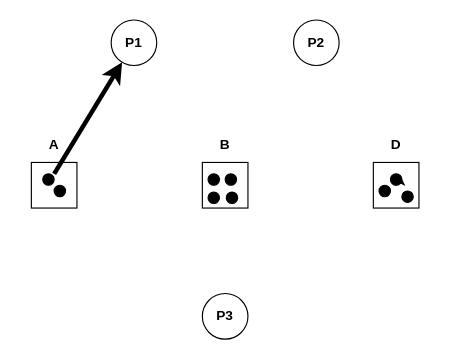
Above: RAG-2-2.drawio in huyle84/diagrams (draw.io), before the change. Source tidied: cells renumbered, new cells numbered last; positions are measured from the earlier drawing's top-left corner, leaving out a move shared by most shapes. Both pictures are drawn from the tidied source at 114%, with x=0, y=0 at pixel (19, 19).
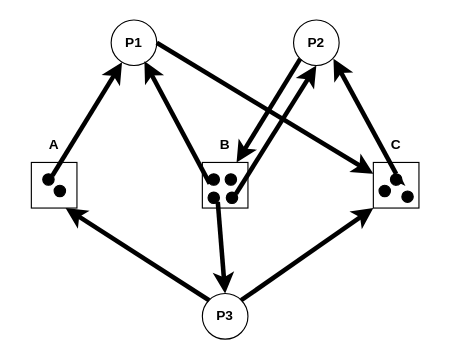
After the change.

The change refers to these unchanged cells:
```xml
<mxCell id="4" style="whiteSpace=wrap;html=1;" parent="1" vertex="1">
  <mxGeometry x="310" y="125" width="40" height="40" as="geometry" />
</mxCell>
<mxCell id="5" value="&lt;b&gt;P1&lt;/b&gt;" style="ellipse;whiteSpace=wrap;html=1;" parent="1" vertex="1">
  <mxGeometry x="80" width="40" height="40" as="geometry" />
</mxCell>
<mxCell id="6" value="&lt;b style=&quot;border-color: var(--border-color);&quot;&gt;P2&lt;/b&gt;" style="ellipse;whiteSpace=wrap;html=1;" parent="1" vertex="1">
  <mxGeometry x="240" width="40" height="40" as="geometry" />
</mxCell>
<mxCell id="7" value="&lt;b style=&quot;border-color: var(--border-color);&quot;&gt;P3&lt;/b&gt;" style="ellipse;whiteSpace=wrap;html=1;" parent="1" vertex="1">
  <mxGeometry x="160" y="240" width="40" height="40" as="geometry" />
</mxCell>
<mxCell id="8" style="ellipse;whiteSpace=wrap;html=1;fillColor=#000000;" parent="1" vertex="1">
  <mxGeometry x="20" y="135" width="10" height="10" as="geometry" />
</mxCell>
<mxCell id="10" style="ellipse;whiteSpace=wrap;html=1;fillColor=#000000;" parent="1" vertex="1">
  <mxGeometry x="165" y="135" width="10" height="10" as="geometry" />
</mxCell>
<mxCell id="12" style="ellipse;whiteSpace=wrap;html=1;fillColor=#000000;" parent="1" vertex="1">
  <mxGeometry x="165" y="151" width="10" height="10" as="geometry" />
</mxCell>
<mxCell id="13" style="ellipse;whiteSpace=wrap;html=1;fillColor=#000000;" parent="1" vertex="1">
  <mxGeometry x="181" y="151" width="10" height="10" as="geometry" />
</mxCell>
<mxCell id="14" style="ellipse;whiteSpace=wrap;html=1;fillColor=#000000;" parent="1" vertex="1">
  <mxGeometry x="325" y="135" width="10" height="10" as="geometry" />
</mxCell>
```

Diff of the diagram source:
```diff
@@
-    <mxCell id="20" value="&lt;b&gt;D&lt;/b&gt;" style="text;html=1;strokeColor=none;fillColor=none;align=center;verticalAlign=middle;whiteSpace=wrap;rounded=0;" parent="1" vertex="1">
+    <mxCell id="20" value="&lt;b&gt;C&lt;/b&gt;" style="text;html=1;strokeColor=none;fillColor=none;align=center;verticalAlign=middle;whiteSpace=wrap;rounded=0;" parent="1" vertex="1">
       <mxGeometry x="300" y="95" width="60" height="30" as="geometry" />
     </mxCell>
-    <mxCell id="21" style="endArrow=classic;html=1;rounded=0;strokeWidth=4;" parent="1" edge="1" target="5">
-      <mxGeometry relative="1" as="geometry">
-        <mxPoint x="30" y="135" as="sourcePoint" />
-      </mxGeometry>
+    <mxCell id="21" style="endArrow=classic;html=1;rounded=0;strokeWidth=4;exitX=1;exitY=0;exitDx=0;exitDy=0;" parent="1" edge="1" source="8" target="5">
+      <mxGeometry relative="1" as="geometry" />
     </mxCell>
+    <mxCell id="22" style="endArrow=classic;html=1;rounded=0;strokeWidth=4;exitX=0;exitY=0;exitDx=0;exitDy=0;" parent="1" edge="1" source="7">
+      <mxGeometry relative="1" as="geometry">
+        <mxPoint x="40" y="165" as="targetPoint" />
+      </mxGeometry>
+    </mxCell>
+    <mxCell id="23" style="endArrow=classic;html=1;rounded=0;strokeWidth=4;exitX=1;exitY=0;exitDx=0;exitDy=0;entryX=0;entryY=1;entryDx=0;entryDy=0;" parent="1" edge="1" source="7" target="4">
+      <mxGeometry relative="1" as="geometry" />
+    </mxCell>
+    <mxCell id="24" style="endArrow=classic;html=1;rounded=0;strokeWidth=4;exitX=0;exitY=1;exitDx=0;exitDy=0;entryX=0;entryY=1;entryDx=0;entryDy=0;" parent="1" edge="1" source="6">
+      <mxGeometry relative="1" as="geometry">
+        <mxPoint x="190" y="125" as="targetPoint" />
+      </mxGeometry>
+    </mxCell>
+    <mxCell id="25" style="endArrow=classic;html=1;rounded=0;strokeWidth=4;exitX=0;exitY=1;exitDx=0;exitDy=0;entryX=0.729;entryY=0.904;entryDx=0;entryDy=0;entryPerimeter=0;" parent="1" edge="1" source="10" target="5">
+      <mxGeometry relative="1" as="geometry" />
+    </mxCell>
+    <mxCell id="26" style="endArrow=classic;html=1;rounded=0;strokeWidth=4;entryX=0;entryY=0.25;entryDx=0;entryDy=0;" parent="1" edge="1" target="4">
+      <mxGeometry relative="1" as="geometry">
+        <mxPoint x="120" y="20" as="sourcePoint" />
+      </mxGeometry>
+    </mxCell>
+    <mxCell id="27" style="endArrow=classic;html=1;rounded=0;strokeWidth=4;exitX=0.5;exitY=0;exitDx=0;exitDy=0;entryX=0;entryY=0.25;entryDx=0;entryDy=0;" parent="1" edge="1" source="14">
+      <mxGeometry relative="1" as="geometry">
+        <mxPoint x="275" y="34" as="targetPoint" />
+      </mxGeometry>
+    </mxCell>
+    <mxCell id="28" style="endArrow=classic;html=1;rounded=0;strokeWidth=4;exitX=1;exitY=1;exitDx=0;exitDy=0;entryX=0.5;entryY=0;entryDx=0;entryDy=0;" parent="1" edge="1" source="12" target="7">
+      <mxGeometry relative="1" as="geometry" />
+    </mxCell>
+    <mxCell id="29" style="endArrow=classic;html=1;rounded=0;strokeWidth=4;entryX=0.5;entryY=1;entryDx=0;entryDy=0;exitX=1;exitY=0;exitDx=0;exitDy=0;" parent="1" edge="1" source="13" target="6">
+      <mxGeometry relative="1" as="geometry" />
+    </mxCell>
```
